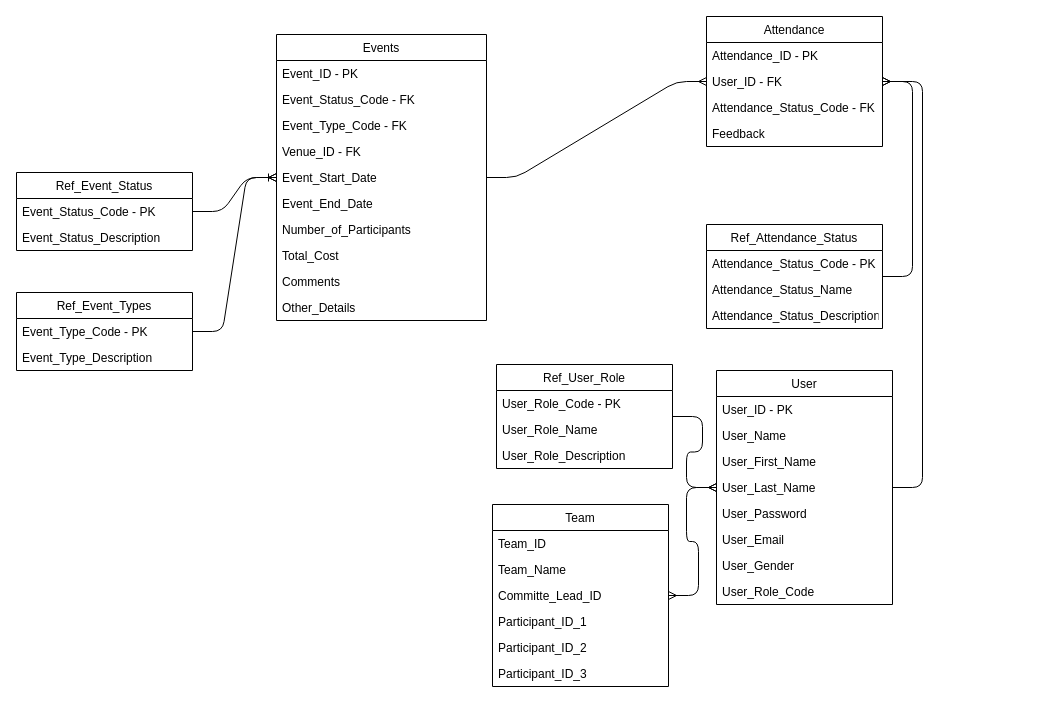
Above: page "ERD - Simplify" (4 of 8) of Documentation/DellEvent.drawio in frostyseb/ITDP (draw.io), before the change. Source tidied: cells renumbered, new cells numbered last; positions are measured from the earlier drawing's top-left corner, leaving out a move shared by most shapes. Both pictures are drawn from the tidied source at 100%, with x=0, y=0 at pixel (16, 16).
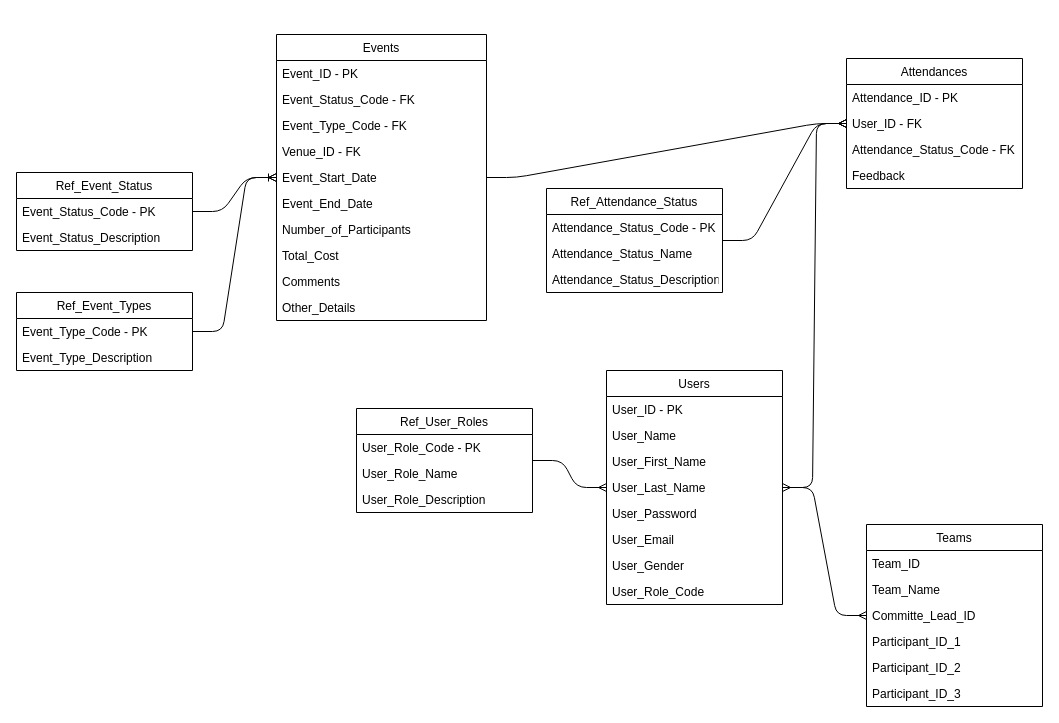
The same page after the edit.

What changed in the source:
```diff
@@
-    <mxCell id="13" value="Attendance" style="swimlane;fontStyle=0;horizontal=1;startSize=26;fillColor=none;" parent="1" vertex="1">
-      <mxGeometry x="690" width="176" height="130" as="geometry" />
+    <mxCell id="13" value="Attendances" style="swimlane;fontStyle=0;horizontal=1;startSize=26;fillColor=none;" parent="1" vertex="1">
+      <mxGeometry x="830" y="42" width="176" height="130" as="geometry" />
     </mxCell>
@@
-    <mxCell id="24" value="User" style="swimlane;fontStyle=0;horizontal=1;startSize=26;fillColor=none;" parent="1" vertex="1">
-      <mxGeometry x="700" y="354" width="176" height="234" as="geometry" />
+    <mxCell id="24" value="Users" style="swimlane;fontStyle=0;horizontal=1;startSize=26;fillColor=none;" parent="1" vertex="1">
+      <mxGeometry x="590" y="354" width="176" height="234" as="geometry" />
     </mxCell>
@@
     <mxCell id="33" value="Ref_Attendance_Status" style="swimlane;fontStyle=0;horizontal=1;startSize=26;fillColor=none;" parent="1" vertex="1">
-      <mxGeometry x="690" y="208" width="176" height="104" as="geometry" />
+      <mxGeometry x="530" y="172" width="176" height="104" as="geometry" />
     </mxCell>
@@
-    <mxCell id="42" value="Ref_User_Role" style="swimlane;fontStyle=0;horizontal=1;startSize=26;fillColor=none;" parent="1" vertex="1">
-      <mxGeometry x="480" y="348" width="176" height="104" as="geometry" />
+    <mxCell id="42" value="Ref_User_Roles" style="swimlane;fontStyle=0;horizontal=1;startSize=26;fillColor=none;" parent="1" vertex="1">
+      <mxGeometry x="340" y="392" width="176" height="104" as="geometry" />
     </mxCell>
@@
-    <mxCell id="47" value="Team" style="swimlane;fontStyle=0;horizontal=1;startSize=26;fillColor=none;" parent="1" vertex="1">
-      <mxGeometry x="476" y="488" width="176" height="182" as="geometry" />
+    <mxCell id="47" value="Teams" style="swimlane;fontStyle=0;horizontal=1;startSize=26;fillColor=none;" parent="1" vertex="1">
+      <mxGeometry x="850" y="508" width="176" height="182" as="geometry" />
     </mxCell>
```
